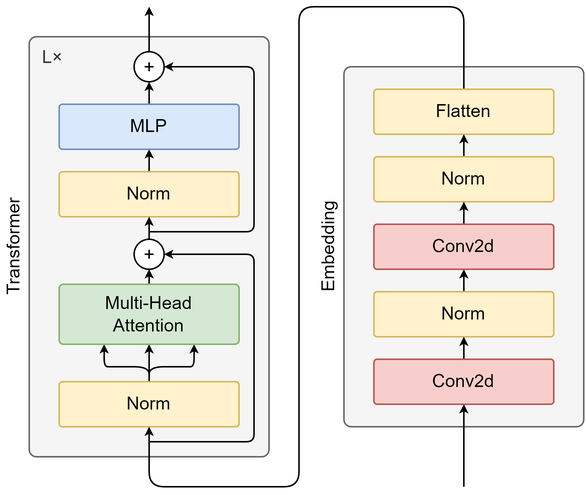
Earlier version of the draw.io export CvT-EnhancedEmbedding.drawio.png (SeyaSchmassmann/wods). Source tidied: cells renumbered, new cells last; positions are measured from the earlier drawing's top-left corner, leaving out a move shared by most shapes.
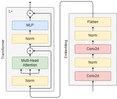
Above is the later version.

Change to the diagram source:
```diff
@@ -2,39 +2,42 @@
   <root>
     <mxCell id="0" />
     <mxCell id="1" parent="0" />
+    <mxCell id="38" style="edgeStyle=none;html=1;endArrow=none;endFill=0;startArrow=classic;startFill=1;endSize=3;startSize=3;entryX=0.5;entryY=0;entryDx=0;entryDy=0;exitX=0.5;exitY=1;exitDx=0;exitDy=0;" parent="1" edge="1" source="57" target="58">
+      <mxGeometry relative="1" as="geometry" />
+    </mxCell>
     <mxCell id="2" style="rounded=1;whiteSpace=wrap;html=1;fillColor=#f5f5f5;fontColor=#333333;strokeColor=#666666;arcSize=3;" parent="1" vertex="1">
       <mxGeometry x="230" y="40" width="160" height="240" as="geometry" />
     </mxCell>
     <mxCell id="3" value="L×" style="rounded=1;whiteSpace=wrap;html=1;fillColor=#f5f5f5;fontColor=#333333;strokeColor=#666666;arcSize=3;verticalAlign=top;align=left;spacingLeft=7;" parent="1" vertex="1">
       <mxGeometry x="20" y="20" width="160" height="280" as="geometry" />
     </mxCell>
-    <mxCell id="4" style="edgeStyle=none;html=1;entryX=0.5;entryY=1;entryDx=0;entryDy=0;exitX=0.5;exitY=0;exitDx=0;exitDy=0;startSize=3;endSize=3;" parent="1" edge="1" source="7" target="9">
-      <mxGeometry relative="1" as="geometry" />
-    </mxCell>
-    <mxCell id="5" style="edgeStyle=none;html=1;entryX=0.75;entryY=1;entryDx=0;entryDy=0;exitX=0.5;exitY=0;exitDx=0;exitDy=0;startSize=3;endSize=3;" parent="1" edge="1" source="7" target="9">
-      <mxGeometry relative="1" as="geometry">
-        <Array as="points">
-          <mxPoint x="100" y="240" />
-          <mxPoint x="120" y="240" />
-          <mxPoint x="130" y="240" />
-        </Array>
-      </mxGeometry>
-    </mxCell>
-    <mxCell id="6" style="edgeStyle=none;html=1;entryX=0.25;entryY=1;entryDx=0;entryDy=0;exitX=0.5;exitY=0;exitDx=0;exitDy=0;startSize=3;endSize=3;" parent="1" edge="1" source="7" target="9">
-      <mxGeometry relative="1" as="geometry">
-        <Array as="points">
-          <mxPoint x="100" y="240" />
-          <mxPoint x="80" y="240" />
-          <mxPoint x="70" y="240" />
-        </Array>
-      </mxGeometry>
-    </mxCell>
+    <mxCell id="39" style="edgeStyle=none;html=1;entryX=0.5;entryY=1;entryDx=0;entryDy=0;exitX=0.5;exitY=0;exitDx=0;exitDy=0;startSize=3;endSize=3;" parent="1" edge="1" source="7" target="9">
+      <mxGeometry relative="1" as="geometry" />
+    </mxCell>
+    <mxCell id="40" style="edgeStyle=none;html=1;entryX=0.75;entryY=1;entryDx=0;entryDy=0;exitX=0.5;exitY=0;exitDx=0;exitDy=0;startSize=3;endSize=3;" parent="1" edge="1" source="7" target="9">
+      <mxGeometry relative="1" as="geometry">
+        <Array as="points">
+          <mxPoint x="100" y="240" />
+          <mxPoint x="120" y="240" />
+          <mxPoint x="130" y="240" />
+        </Array>
+      </mxGeometry>
+    </mxCell>
+    <mxCell id="41" style="edgeStyle=none;html=1;entryX=0.25;entryY=1;entryDx=0;entryDy=0;exitX=0.5;exitY=0;exitDx=0;exitDy=0;startSize=3;endSize=3;" parent="1" edge="1" source="7" target="9">
+      <mxGeometry relative="1" as="geometry">
+        <Array as="points">
+          <mxPoint x="100" y="240" />
+          <mxPoint x="80" y="240" />
+          <mxPoint x="70" y="240" />
+        </Array>
+      </mxGeometry>
+    </mxCell>
     <mxCell id="7" value="Norm" style="rounded=1;whiteSpace=wrap;html=1;fillColor=#fff2cc;strokeColor=#d6b656;arcSize=7;" parent="1" vertex="1">
       <mxGeometry x="40" y="250" width="120" height="30" as="geometry" />
     </mxCell>
-    <mxCell id="8" style="edgeStyle=none;html=1;exitX=0.5;exitY=0;exitDx=0;exitDy=0;entryX=0.5;entryY=1;entryDx=0;entryDy=0;endArrow=classic;endFill=1;startSize=3;endSize=3;" parent="1" edge="1" source="9" target="26">
-      <mxGeometry relative="1" as="geometry" />
-    </mxCell>
+    <mxCell id="42" style="edgeStyle=none;html=1;exitX=0.5;exitY=0;exitDx=0;exitDy=0;entryX=0.5;entryY=1;entryDx=0;entryDy=0;endArrow=classic;endFill=1;startSize=3;endSize=3;" parent="1" edge="1" source="9" target="50">
+      <mxGeometry relative="1" as="geometry" />
+    </mxCell>
     <mxCell id="9" value="Multi-Head&lt;br&gt;Attention" style="rounded=1;whiteSpace=wrap;html=1;fillColor=#d5e8d4;strokeColor=#82b366;arcSize=7;" parent="1" vertex="1">
       <mxGeometry x="40" y="185" width="120" height="40" as="geometry" />
     </mxCell>
@@ -44,42 +47,42 @@
     <mxCell id="11" value="Norm" style="rounded=1;whiteSpace=wrap;html=1;fillColor=#fff2cc;strokeColor=#d6b656;arcSize=7;" parent="1" vertex="1">
       <mxGeometry x="40" y="110" width="120" height="30" as="geometry" />
     </mxCell>
-    <mxCell id="12" style="edgeStyle=none;html=1;entryX=0.5;entryY=1;entryDx=0;entryDy=0;endArrow=classic;endFill=1;exitX=0.5;exitY=0;exitDx=0;exitDy=0;startSize=3;endSize=3;" parent="1" edge="1" source="26" target="11">
-      <mxGeometry relative="1" as="geometry" />
-    </mxCell>
-    <mxCell id="13" style="edgeStyle=none;html=1;entryX=0.5;entryY=1;entryDx=0;entryDy=0;exitX=0.5;exitY=0;exitDx=0;exitDy=0;endArrow=classic;endFill=1;startSize=3;endSize=3;" parent="1" edge="1" source="14" target="18">
-      <mxGeometry relative="1" as="geometry" />
-    </mxCell>
+    <mxCell id="43" style="edgeStyle=none;html=1;entryX=0.5;entryY=1;entryDx=0;entryDy=0;endArrow=classic;endFill=1;exitX=0.5;exitY=0;exitDx=0;exitDy=0;startSize=3;endSize=3;" parent="1" edge="1" source="50" target="11">
+      <mxGeometry relative="1" as="geometry" />
+    </mxCell>
+    <mxCell id="44" style="edgeStyle=none;html=1;entryX=0.5;entryY=1;entryDx=0;entryDy=0;exitX=0.5;exitY=0;exitDx=0;exitDy=0;endArrow=classic;endFill=1;startSize=3;endSize=3;" parent="1" edge="1" source="14" target="46">
+      <mxGeometry relative="1" as="geometry" />
+    </mxCell>
     <mxCell id="14" value="MLP" style="rounded=1;whiteSpace=wrap;html=1;fillColor=#dae8fc;strokeColor=#6c8ebf;arcSize=7;" parent="1" vertex="1">
       <mxGeometry x="40" y="65" width="120" height="30" as="geometry" />
     </mxCell>
     <mxCell id="15" style="group;" parent="1" vertex="1">
       <mxGeometry x="90" y="30" width="20" height="20" as="geometry" />
     </mxCell>
-    <mxCell id="16" style="edgeStyle=none;html=1;exitX=0.5;exitY=0;exitDx=0;exitDy=0;endSize=3;startSize=3;" parent="15" edge="1" source="18">
-      <mxGeometry relative="1" as="geometry">
-        <mxPoint x="10" y="-30" as="targetPoint" />
-      </mxGeometry>
-    </mxCell>
+    <mxCell id="45" style="edgeStyle=none;html=1;exitX=0.5;exitY=0;exitDx=0;exitDy=0;endSize=3;startSize=3;" parent="15" edge="1" source="46">
+      <mxGeometry relative="1" as="geometry">
+        <mxPoint x="10" y="-30" as="targetPoint" />
+      </mxGeometry>
+    </mxCell>
     <mxCell id="17" style="group;" parent="15" vertex="1">
       <mxGeometry width="20" height="20" as="geometry" />
     </mxCell>
-    <mxCell id="18" style="ellipse;whiteSpace=wrap;html=1;" parent="17" vertex="1">
-      <mxGeometry width="20" height="20" as="geometry" />
-    </mxCell>
-    <mxCell id="19" style="shape=cross;whiteSpace=wrap;html=1;size=0;" parent="17" vertex="1">
-      <mxGeometry x="7" y="7" width="6" height="6" as="geometry" />
-    </mxCell>
-    <mxCell id="20" style="endArrow=classic;html=1;entryX=1;entryY=0.5;entryDx=0;entryDy=0;startSize=3;endSize=3;arcSize=10;" parent="1" edge="1" target="18">
-      <mxGeometry relative="1" as="geometry">
-        <mxPoint x="100" y="150" as="sourcePoint" />
-        <Array as="points">
-          <mxPoint x="170" y="150" />
-          <mxPoint x="170" y="40" />
-        </Array>
-      </mxGeometry>
-    </mxCell>
+    <mxCell id="46" style="ellipse;whiteSpace=wrap;html=1;" parent="17" vertex="1">
+      <mxGeometry width="20" height="20" as="geometry" />
+    </mxCell>
+    <mxCell id="47" style="shape=cross;whiteSpace=wrap;html=1;size=0;" parent="17" vertex="1">
+      <mxGeometry x="7" y="7" width="6" height="6" as="geometry" />
+    </mxCell>
+    <mxCell id="48" style="endArrow=classic;html=1;entryX=1;entryY=0.5;entryDx=0;entryDy=0;startSize=3;endSize=3;arcSize=10;" parent="1" edge="1" target="46">
+      <mxGeometry relative="1" as="geometry">
+        <mxPoint x="100" y="150" as="sourcePoint" />
+        <Array as="points">
+          <mxPoint x="170" y="150" />
+          <mxPoint x="170" y="40" />
+        </Array>
+      </mxGeometry>
+    </mxCell>
-    <mxCell id="21" style="edgeStyle=none;html=1;entryX=0.5;entryY=1;entryDx=0;entryDy=0;exitX=0.5;exitY=1;exitDx=0;exitDy=0;endSize=3;startSize=3;" parent="1" edge="1" source="28" target="7">
+    <mxCell id="21" style="edgeStyle=none;html=1;entryX=0.5;entryY=1;entryDx=0;entryDy=0;exitX=0.5;exitY=0;exitDx=0;exitDy=0;endSize=3;startSize=3;" parent="1" edge="1" source="28" target="7">
       <mxGeometry relative="1" as="geometry">
         <Array as="points">
           <mxPoint x="310" />
@@ -95,55 +98,55 @@
     <mxCell id="23" value="Transformer" style="text;html=1;align=center;verticalAlign=middle;whiteSpace=wrap;rounded=0;horizontal=0;" parent="1" vertex="1">
       <mxGeometry y="125" width="20" height="70" as="geometry" />
     </mxCell>
-    <mxCell id="24" style="endArrow=classic;html=1;entryX=1;entryY=0.5;entryDx=0;entryDy=0;startSize=3;endSize=3;arcSize=10;" parent="1" edge="1" target="26">
-      <mxGeometry relative="1" as="geometry">
-        <mxPoint x="100" y="290" as="sourcePoint" />
-        <Array as="points">
-          <mxPoint x="170" y="290" />
-          <mxPoint x="170" y="165" />
-        </Array>
-      </mxGeometry>
-    </mxCell>
+    <mxCell id="49" style="endArrow=classic;html=1;entryX=1;entryY=0.5;entryDx=0;entryDy=0;startSize=3;endSize=3;arcSize=10;" parent="1" edge="1" target="50">
+      <mxGeometry relative="1" as="geometry">
+        <mxPoint x="100" y="290" as="sourcePoint" />
+        <Array as="points">
+          <mxPoint x="170" y="290" />
+          <mxPoint x="170" y="165" />
+        </Array>
+      </mxGeometry>
+    </mxCell>
     <mxCell id="25" style="group;" parent="1" vertex="1">
       <mxGeometry x="90" y="155" width="20" height="20" as="geometry" />
     </mxCell>
-    <mxCell id="26" style="ellipse;whiteSpace=wrap;html=1;" parent="25" vertex="1">
-      <mxGeometry width="20" height="20" as="geometry" />
-    </mxCell>
-    <mxCell id="27" style="shape=cross;whiteSpace=wrap;html=1;size=0;" parent="25" vertex="1">
-      <mxGeometry x="7" y="7" width="6" height="6" as="geometry" />
-    </mxCell>
+    <mxCell id="50" style="ellipse;whiteSpace=wrap;html=1;" parent="25" vertex="1">
+      <mxGeometry width="20" height="20" as="geometry" />
+    </mxCell>
+    <mxCell id="51" style="shape=cross;whiteSpace=wrap;html=1;size=0;" parent="25" vertex="1">
+      <mxGeometry x="7" y="7" width="6" height="6" as="geometry" />
+    </mxCell>
     <mxCell id="28" value="Flatten" style="rounded=1;whiteSpace=wrap;html=1;fillColor=#fff2cc;strokeColor=#d6b656;arcSize=7;" parent="1" vertex="1">
-      <mxGeometry x="250" y="55" width="120" height="30" as="geometry" />
+      <mxGeometry x="250" y="54" width="120" height="30" as="geometry" />
     </mxCell>
-    <mxCell id="29" style="edgeStyle=none;html=1;startSize=3;endSize=3;entryX=0.5;entryY=1;entryDx=0;entryDy=0;exitX=0.5;exitY=0;exitDx=0;exitDy=0;" parent="1" edge="1" source="30" target="37">
-      <mxGeometry relative="1" as="geometry" />
-    </mxCell>
-    <mxCell id="30" value="&lt;font style=&quot;color: rgb(0, 0, 0);&quot;&gt;Norm&lt;/font&gt;" style="rounded=1;whiteSpace=wrap;html=1;fillColor=#fff2cc;strokeColor=#d6b656;arcSize=7;" parent="1" vertex="1">
-      <mxGeometry x="250" y="190" width="120" height="30" as="geometry" />
-    </mxCell>
-    <mxCell id="31" style="edgeStyle=none;html=1;endSize=3;startSize=3;exitX=0.5;exitY=0;exitDx=0;exitDy=0;entryX=0.5;entryY=1;entryDx=0;entryDy=0;" parent="1" edge="1" source="33" target="30">
-      <mxGeometry relative="1" as="geometry" />
-    </mxCell>
-    <mxCell id="32" style="edgeStyle=none;html=1;endArrow=none;endFill=0;startArrow=classic;startFill=1;endSize=3;startSize=3;" parent="1" edge="1" source="33">
-      <mxGeometry relative="1" as="geometry">
-        <mxPoint x="310" y="320" as="targetPoint" />
-      </mxGeometry>
-    </mxCell>
-    <mxCell id="33" value="&lt;font style=&quot;color: rgb(0, 0, 0);&quot;&gt;Conv2d&lt;br&gt;&lt;/font&gt;" style="rounded=1;whiteSpace=wrap;html=1;fillColor=#f8cecc;strokeColor=#b85450;arcSize=7;" parent="1" vertex="1">
-      <mxGeometry x="250" y="235" width="120" height="30" as="geometry" />
-    </mxCell>
-    <mxCell id="34" style="edgeStyle=none;html=1;exitX=0.5;exitY=0;exitDx=0;exitDy=0;entryX=0.5;entryY=1;entryDx=0;entryDy=0;startSize=3;endSize=3;" parent="1" edge="1" source="35" target="28">
-      <mxGeometry relative="1" as="geometry" />
-    </mxCell>
-    <mxCell id="35" value="&lt;font style=&quot;color: rgb(0, 0, 0);&quot;&gt;Norm&lt;/font&gt;" style="rounded=1;whiteSpace=wrap;html=1;fillColor=#fff2cc;strokeColor=#d6b656;arcSize=7;" parent="1" vertex="1">
-      <mxGeometry x="250" y="100" width="120" height="30" as="geometry" />
-    </mxCell>
-    <mxCell id="36" style="edgeStyle=none;html=1;entryX=0.5;entryY=1;entryDx=0;entryDy=0;endSize=3;startSize=3;" parent="1" edge="1" source="37" target="35">
-      <mxGeometry relative="1" as="geometry" />
-    </mxCell>
-    <mxCell id="37" value="&lt;font style=&quot;color: rgb(0, 0, 0);&quot;&gt;Conv2d&lt;br&gt;&lt;/font&gt;" style="rounded=1;whiteSpace=wrap;html=1;fillColor=#f8cecc;strokeColor=#b85450;arcSize=7;" parent="1" vertex="1">
-      <mxGeometry x="250" y="145" width="120" height="30" as="geometry" />
-    </mxCell>
+    <mxCell id="52" style="edgeStyle=none;html=1;startSize=3;endSize=3;" parent="1" edge="1" source="53" target="28">
+      <mxGeometry relative="1" as="geometry" />
+    </mxCell>
+    <mxCell id="53" value="&lt;font style=&quot;color: rgb(0, 0, 0);&quot;&gt;Norm&lt;/font&gt;" style="rounded=1;whiteSpace=wrap;html=1;fillColor=#fff2cc;strokeColor=#d6b656;arcSize=7;" parent="1" vertex="1">
+      <mxGeometry x="250" y="99" width="120" height="30" as="geometry" />
+    </mxCell>
+    <mxCell id="54" style="edgeStyle=none;html=1;endSize=3;startSize=3;" parent="1" edge="1" source="56" target="53">
+      <mxGeometry relative="1" as="geometry" />
+    </mxCell>
+    <mxCell id="55" style="edgeStyle=none;html=1;endArrow=none;endFill=0;startArrow=classic;startFill=1;endSize=3;startSize=3;entryX=0.5;entryY=0;entryDx=0;entryDy=0;" parent="1" edge="1" source="56" target="57">
+      <mxGeometry relative="1" as="geometry" />
+    </mxCell>
+    <mxCell id="56" value="&lt;font style=&quot;color: rgb(0, 0, 0);&quot;&gt;Conv2d&lt;br&gt;&lt;/font&gt;" style="rounded=1;whiteSpace=wrap;html=1;fillColor=#f8cecc;strokeColor=#b85450;arcSize=7;" parent="1" vertex="1">
+      <mxGeometry x="250" y="144" width="120" height="30" as="geometry" />
+    </mxCell>
+    <mxCell id="57" value="&lt;font style=&quot;color: rgb(0, 0, 0);&quot;&gt;Norm&lt;/font&gt;" style="rounded=1;whiteSpace=wrap;html=1;fillColor=#fff2cc;strokeColor=#d6b656;arcSize=7;" parent="1" vertex="1">
+      <mxGeometry x="250" y="189" width="120" height="30" as="geometry" />
+    </mxCell>
+    <mxCell id="58" value="&lt;font style=&quot;color: rgb(0, 0, 0);&quot;&gt;Conv2d&lt;br&gt;&lt;/font&gt;" style="rounded=1;whiteSpace=wrap;html=1;fillColor=#f8cecc;strokeColor=#b85450;arcSize=7;" parent="1" vertex="1">
+      <mxGeometry x="250" y="234" width="120" height="30" as="geometry" />
+    </mxCell>
+    <mxCell id="59" style="edgeStyle=none;html=1;endArrow=none;endFill=0;startArrow=classic;startFill=1;endSize=3;startSize=3;entryX=0.5;entryY=0;entryDx=0;entryDy=0;exitX=0.5;exitY=1;exitDx=0;exitDy=0;" parent="1" edge="1" source="57" target="58">
+      <mxGeometry relative="1" as="geometry" />
+    </mxCell>
+    <mxCell id="60" style="edgeStyle=none;html=1;endArrow=none;endFill=0;startArrow=classic;startFill=1;endSize=3;startSize=3;exitX=0.5;exitY=1;exitDx=0;exitDy=0;" parent="1" edge="1" source="58">
+      <mxGeometry relative="1" as="geometry">
+        <mxPoint x="310" y="300" as="targetPoint" />
+      </mxGeometry>
+    </mxCell>
   </root>
 </mxGraphModel>
```
